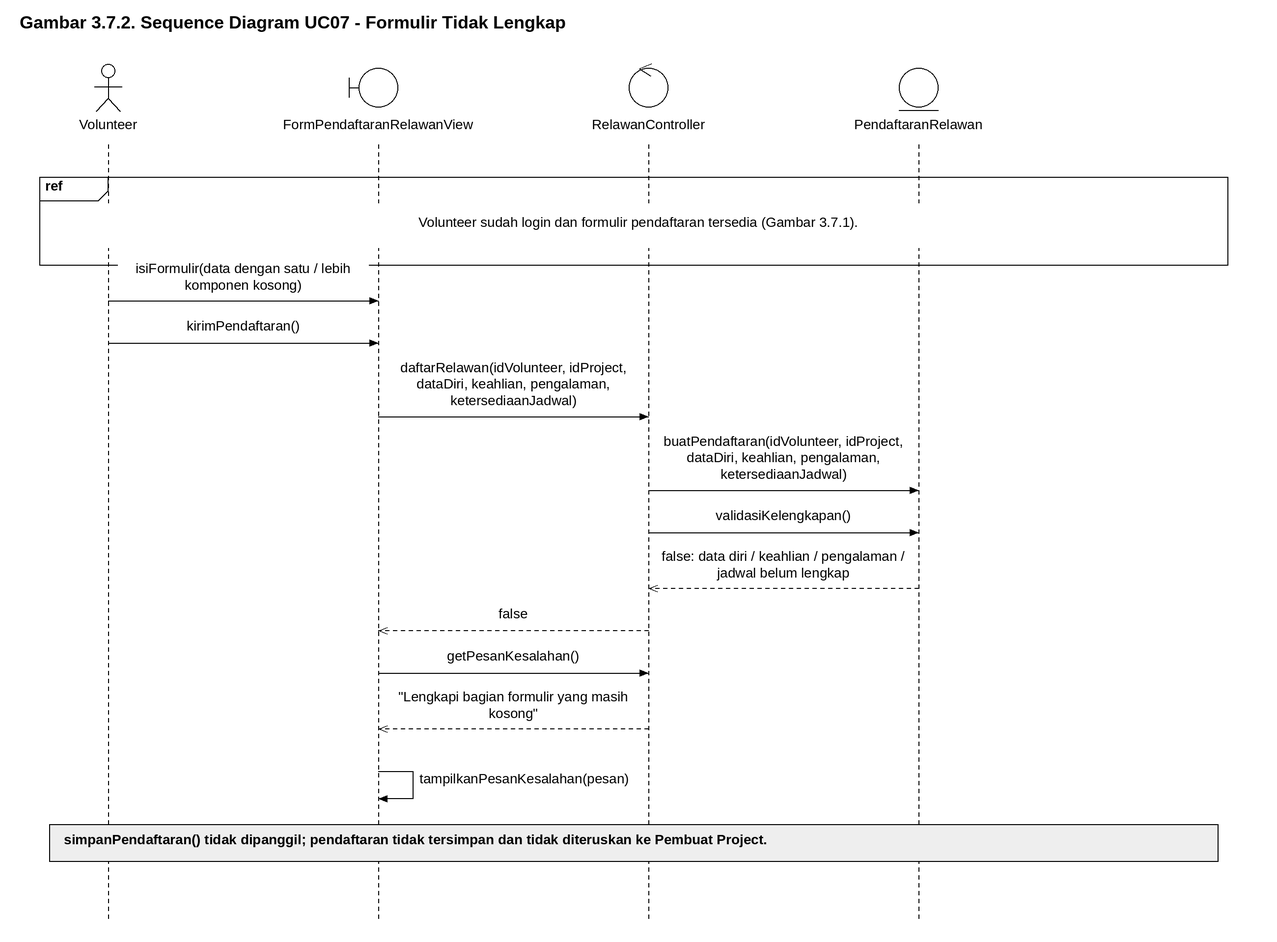
The draw.io diagram docs/M7/assets/diagram/sequence-uc07-alt1.png in Brynpamungkas/IF2150-RPL-K02-G08, before a commit. Source tidied: cells renumbered, new cells last; positions are measured from the earlier drawing's top-left corner, leaving out a move shared by most shapes.
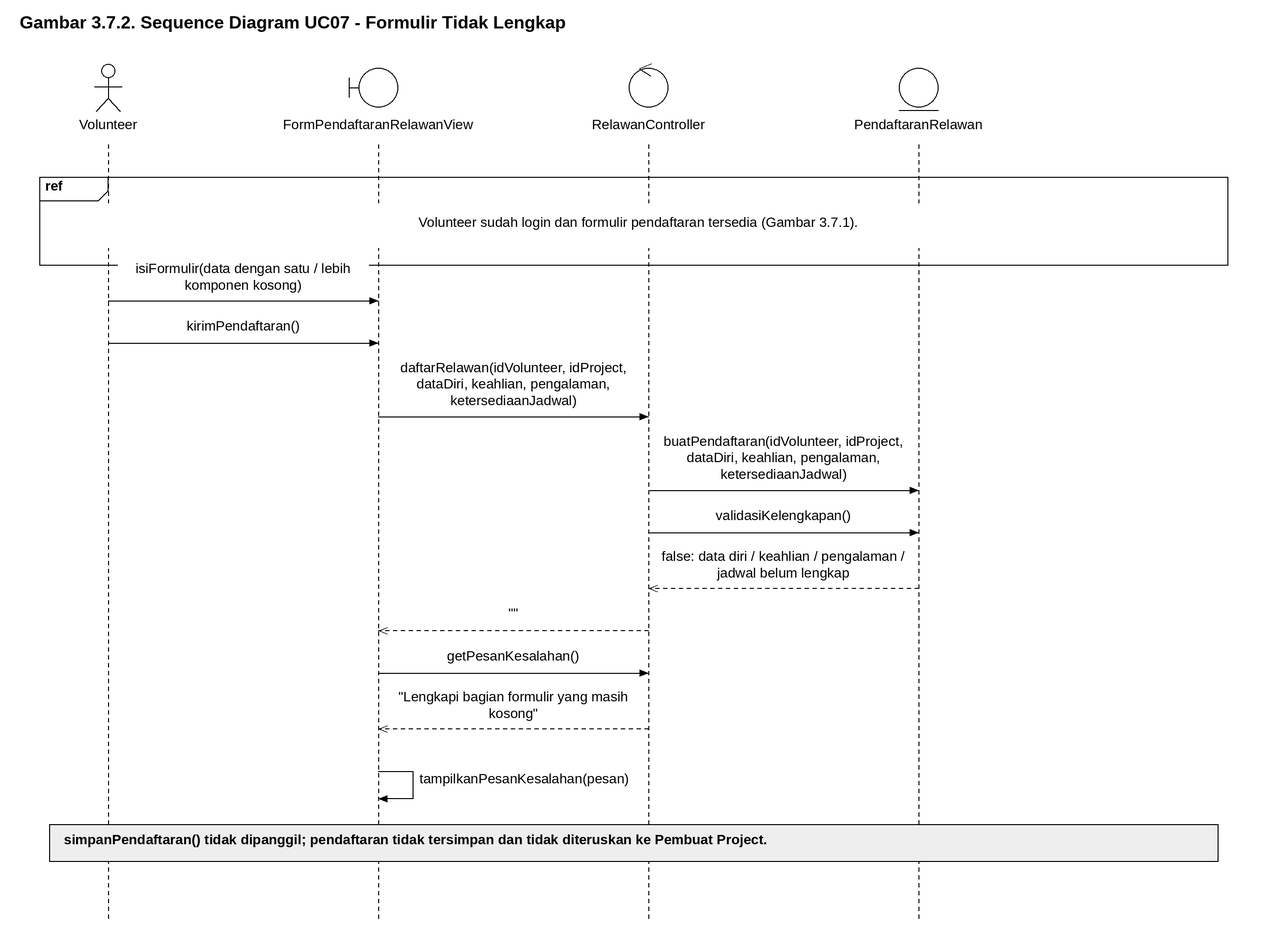
The same file after the commit.

The edit, as a diff of the source:
```diff
@@ -83,7 +83,7 @@
         <mxPoint x="365" y="630" as="targetPoint" />
       </mxGeometry>
     </mxCell>
-    <mxCell id="22" value="false" style="text;html=1;strokeColor=none;fillColor=white;align=center;verticalAlign=middle;whiteSpace=wrap;overflow=visible;fontFamily=Arial;fontSize=14;fontStyle=0;spacing=0;" parent="1" vertex="1">
+    <mxCell id="22" value="&quot;&quot;" style="text;html=1;strokeColor=none;fillColor=white;align=center;verticalAlign=middle;whiteSpace=wrap;overflow=visible;fontFamily=Arial;fontSize=14;fontStyle=0;spacing=0;" parent="1" vertex="1">
       <mxGeometry x="375" y="605" width="255" height="22" as="geometry" />
     </mxCell>
     <mxCell id="23" style="html=1;rounded=0;endArrow=block;endFill=1;endSize=9;strokeColor=#000000;" parent="1" edge="1">
```
